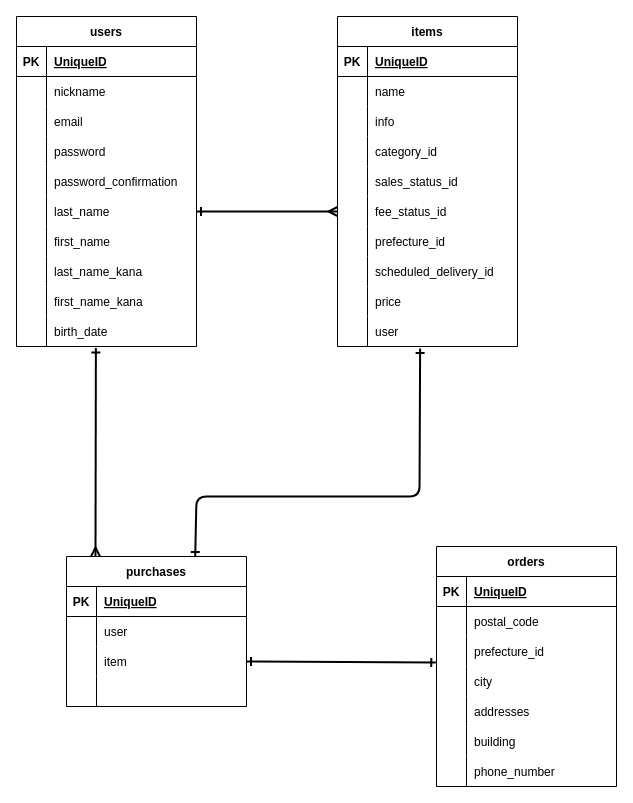
Before: furima.dio in mylrella1102/furima-39300, a draw.io diagram. Source tidied: cells renumbered, new cells numbered last; positions are measured from the earlier drawing's top-left corner, leaving out a move shared by most shapes. Both pictures are drawn from the tidied source at 100%, with x=0, y=0 at pixel (16, 16).
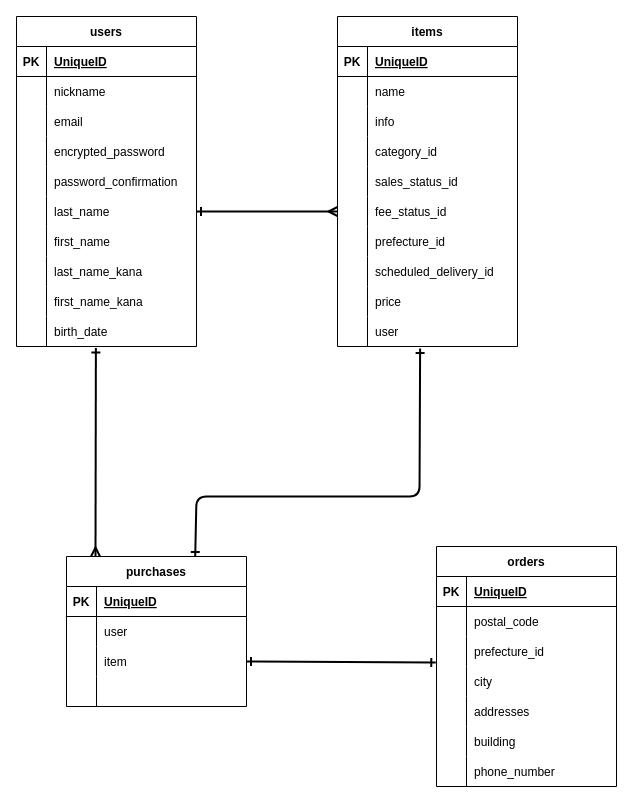
The same page after the edit.

Commit message (it also covers changes not shown here):
パスワードカラム名修正

Unchanged cells that the change refers to:
```xml
<mxCell id="26" style="shape=tableRow;horizontal=0;startSize=0;swimlaneHead=0;swimlaneBody=0;fillColor=none;top=0;left=0;right=0;bottom=0;" parent="16" vertex="1">
  <mxGeometry y="120" width="180" height="30" as="geometry" />
</mxCell>
```

The edit, as a diff of the source:
```diff
@@
-    <mxCell id="28" value="password" style="shape=partialRectangle;fillColor=none;top=0;left=0;bottom=0;right=0;align=left;spacingLeft=6;overflow=hidden;" parent="26" vertex="1">
+    <mxCell id="28" value="encrypted_password" style="shape=partialRectangle;fillColor=none;top=0;left=0;bottom=0;right=0;align=left;spacingLeft=6;overflow=hidden;" parent="26" vertex="1">
       <mxGeometry x="30" width="150" height="30" as="geometry" />
     </mxCell>
```
